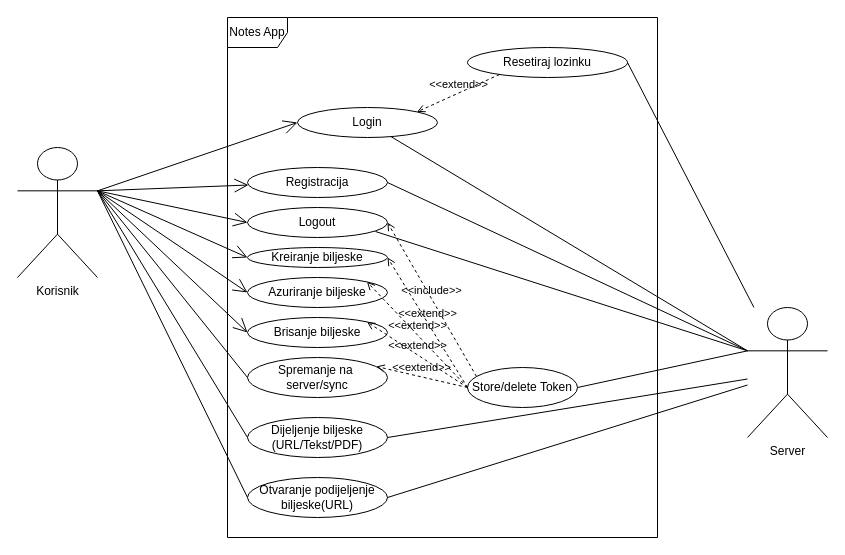
This is NotesApp.drawio.xml from eedke/PIS-notes, a draw.io file, before an edit. Source tidied: cells renumbered, new cells numbered last; positions are measured from the earlier drawing's top-left corner, leaving out a move shared by most shapes. Both pictures are drawn from the tidied source at 100%, with x=0, y=0 at pixel (17, 17).
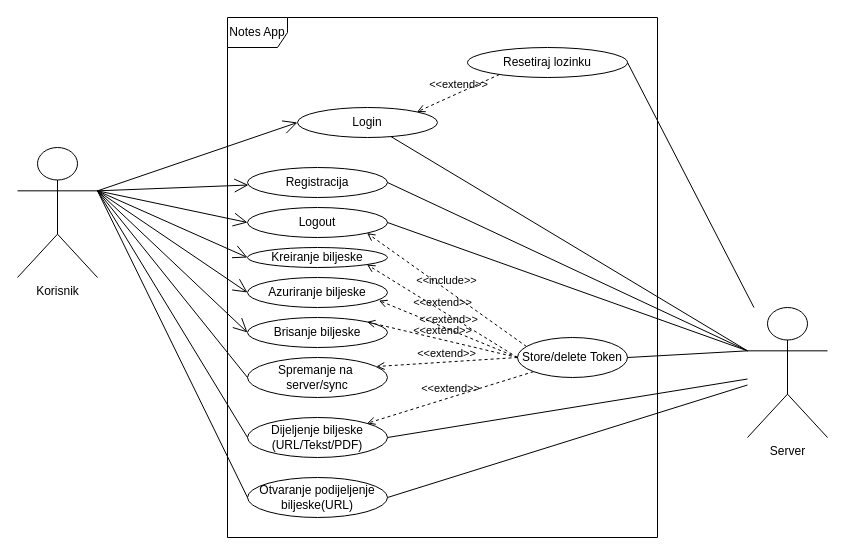
After the change.

Commit message:
Rearrange and add extension to note sharing

Unchanged cells that the change refers to:
```xml
<mxCell id="4" value="Server" style="shape=umlActor;verticalLabelPosition=bottom;verticalAlign=top;html=1;" parent="1" vertex="1">
  <mxGeometry x="730" y="290" width="80" height="130" as="geometry" />
</mxCell>
<mxCell id="7" value="Logout" style="ellipse;whiteSpace=wrap;html=1;" parent="1" vertex="1">
  <mxGeometry x="230" y="190" width="140" height="30" as="geometry" />
</mxCell>
<mxCell id="8" value="Kreiranje biljeske" style="ellipse;whiteSpace=wrap;html=1;" parent="1" vertex="1">
  <mxGeometry x="230" y="230" width="140" height="20" as="geometry" />
</mxCell>
<mxCell id="9" value="Azuriranje biljeske" style="ellipse;whiteSpace=wrap;html=1;" parent="1" vertex="1">
  <mxGeometry x="230" y="260" width="140" height="30" as="geometry" />
</mxCell>
<mxCell id="12" value="Dijeljenje biljeske&lt;br&gt;(URL/Tekst/PDF)" style="ellipse;whiteSpace=wrap;html=1;" parent="1" vertex="1">
  <mxGeometry x="230" y="400" width="140" height="40" as="geometry" />
</mxCell>
```

The edit, as a diff of the source:
```diff
@@
     <mxCell id="18" value="Store/delete Token" style="ellipse;whiteSpace=wrap;html=1;" parent="1" vertex="1">
-      <mxGeometry x="450" y="350" width="110" height="40" as="geometry" />
+      <mxGeometry x="500" y="320" width="110" height="40" as="geometry" />
     </mxCell>
@@
-    <mxCell id="22" value="&amp;lt;&amp;lt;include&amp;gt;&amp;gt;" style="html=1;verticalAlign=bottom;labelBackgroundColor=none;endArrow=open;endFill=0;dashed=1;rounded=0;entryX=1;entryY=0.5;entryDx=0;entryDy=0;exitX=0.082;exitY=0.225;exitDx=0;exitDy=0;exitPerimeter=0;" parent="1" edge="1" source="18" target="7">
+    <mxCell id="22" value="&amp;lt;&amp;lt;include&amp;gt;&amp;gt;" style="html=1;verticalAlign=bottom;labelBackgroundColor=none;endArrow=open;endFill=0;dashed=1;rounded=0;entryX=1;entryY=1;entryDx=0;entryDy=0;exitX=0.082;exitY=0.225;exitDx=0;exitDy=0;exitPerimeter=0;" parent="1" edge="1" source="18" target="7">
       <mxGeometry relative="1" as="geometry" />
     </mxCell>
-    <mxCell id="23" value="&amp;lt;&amp;lt;extend&amp;gt;&amp;gt;" style="html=1;verticalAlign=bottom;labelBackgroundColor=none;endArrow=open;endFill=0;dashed=1;rounded=0;entryX=1;entryY=0.5;entryDx=0;entryDy=0;exitX=0;exitY=0.5;exitDx=0;exitDy=0;" parent="1" edge="1" source="18" target="8">
+    <mxCell id="23" value="&amp;lt;&amp;lt;extend&amp;gt;&amp;gt;" style="html=1;verticalAlign=bottom;labelBackgroundColor=none;endArrow=open;endFill=0;dashed=1;rounded=0;entryX=1;entryY=1;entryDx=0;entryDy=0;exitX=0;exitY=0.5;exitDx=0;exitDy=0;" parent="1" edge="1" source="18" target="8">
       <mxGeometry relative="1" as="geometry" />
     </mxCell>
-    <mxCell id="24" value="&amp;lt;&amp;lt;extend&amp;gt;&amp;gt;" style="html=1;verticalAlign=bottom;labelBackgroundColor=none;endArrow=open;endFill=0;dashed=1;rounded=0;entryX=1;entryY=0;entryDx=0;entryDy=0;exitX=0;exitY=0.5;exitDx=0;exitDy=0;" parent="1" edge="1" source="18" target="9">
+    <mxCell id="24" value="&amp;lt;&amp;lt;extend&amp;gt;&amp;gt;" style="html=1;verticalAlign=bottom;labelBackgroundColor=none;endArrow=open;endFill=0;dashed=1;rounded=0;entryX=0.939;entryY=0.767;entryDx=0;entryDy=0;exitX=0;exitY=0.5;exitDx=0;exitDy=0;entryPerimeter=0;" parent="1" edge="1" source="18" target="9">
       <mxGeometry relative="1" as="geometry" />
     </mxCell>
@@
-    <mxCell id="33" style="endArrow=none;html=1;rounded=0;entryX=0.914;entryY=0.8;entryDx=0;entryDy=0;entryPerimeter=0;exitX=0;exitY=0.3333333333333333;exitDx=0;exitDy=0;exitPerimeter=0;" parent="1" edge="1" source="4" target="7">
+    <mxCell id="33" style="endArrow=none;html=1;rounded=0;entryX=1;entryY=0.5;entryDx=0;entryDy=0;exitX=0;exitY=0.3333333333333333;exitDx=0;exitDy=0;exitPerimeter=0;" parent="1" edge="1" source="4" target="7">
       <mxGeometry relative="1" as="geometry" />
     </mxCell>
@@
+    <mxCell id="38" value="&amp;lt;&amp;lt;extend&amp;gt;&amp;gt;" style="html=1;verticalAlign=bottom;labelBackgroundColor=none;endArrow=open;endFill=0;dashed=1;rounded=0;entryX=1;entryY=0;entryDx=0;entryDy=0;exitX=0;exitY=1;exitDx=0;exitDy=0;" parent="1" edge="1" source="18" target="12">
+      <mxGeometry relative="1" as="geometry" />
+    </mxCell>
```
